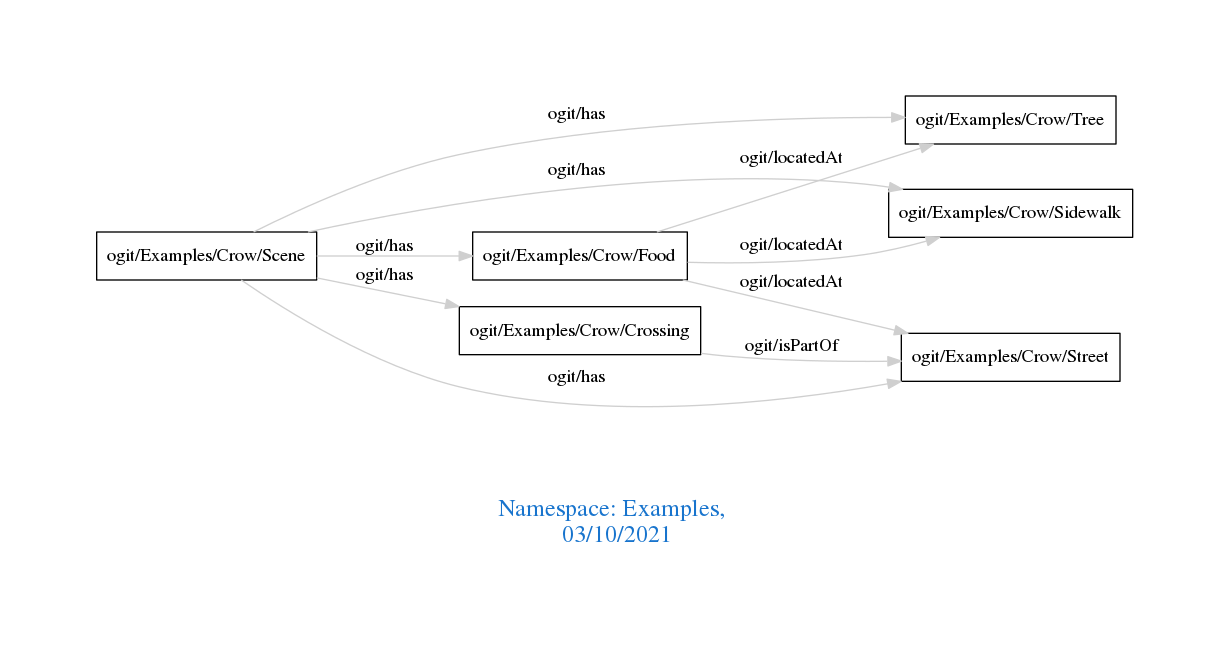
Above: downloads/Examples.png in arago/OGIT (Graphviz), before the change. Its source is kept beside it as downloads/Examples.dot.
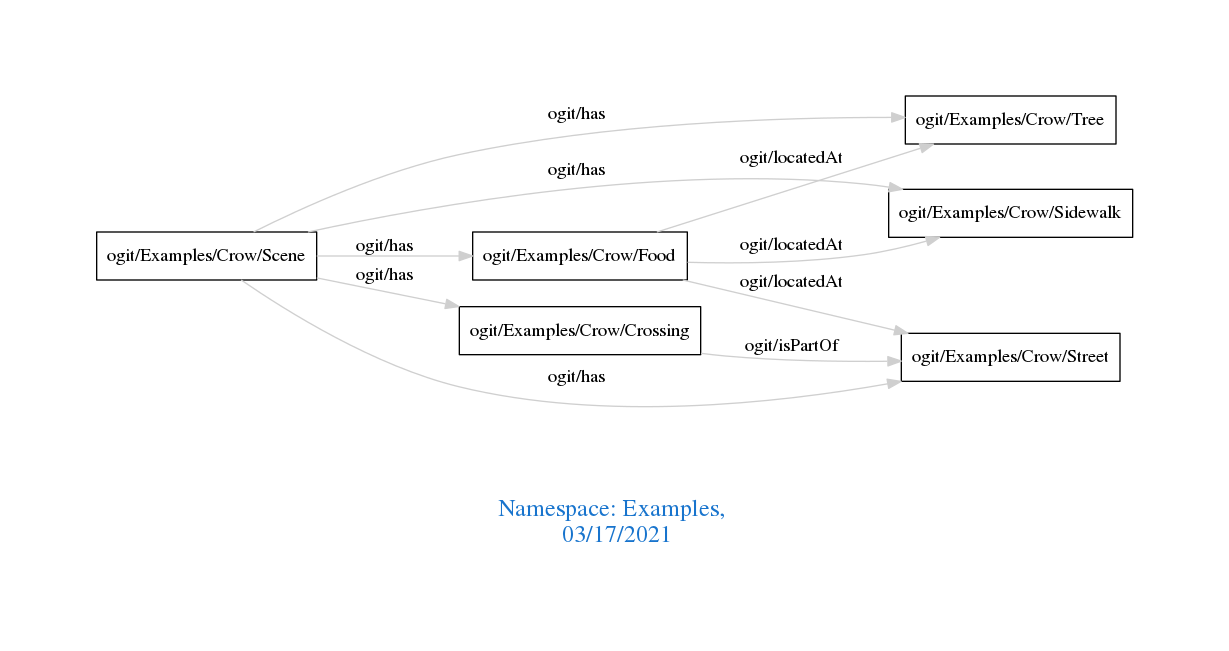
Later version of the same file.

The edit, as a diff of the source:
```diff
@@ -1,7 +1,7 @@
 digraph OGIT_ontology {
  graph [ rankdir= LR,pad=1
 fontsize = 18,
-fontcolor= dodgerblue3,label = "\n\n\nNamespace: Examples, \n 03/10/2021"];
+fontcolor= dodgerblue3,label = "\n\n\nNamespace: Examples, \n 03/17/2021"];
 node[shape=polygon];
 edge [  color="gray81"];
 
```
